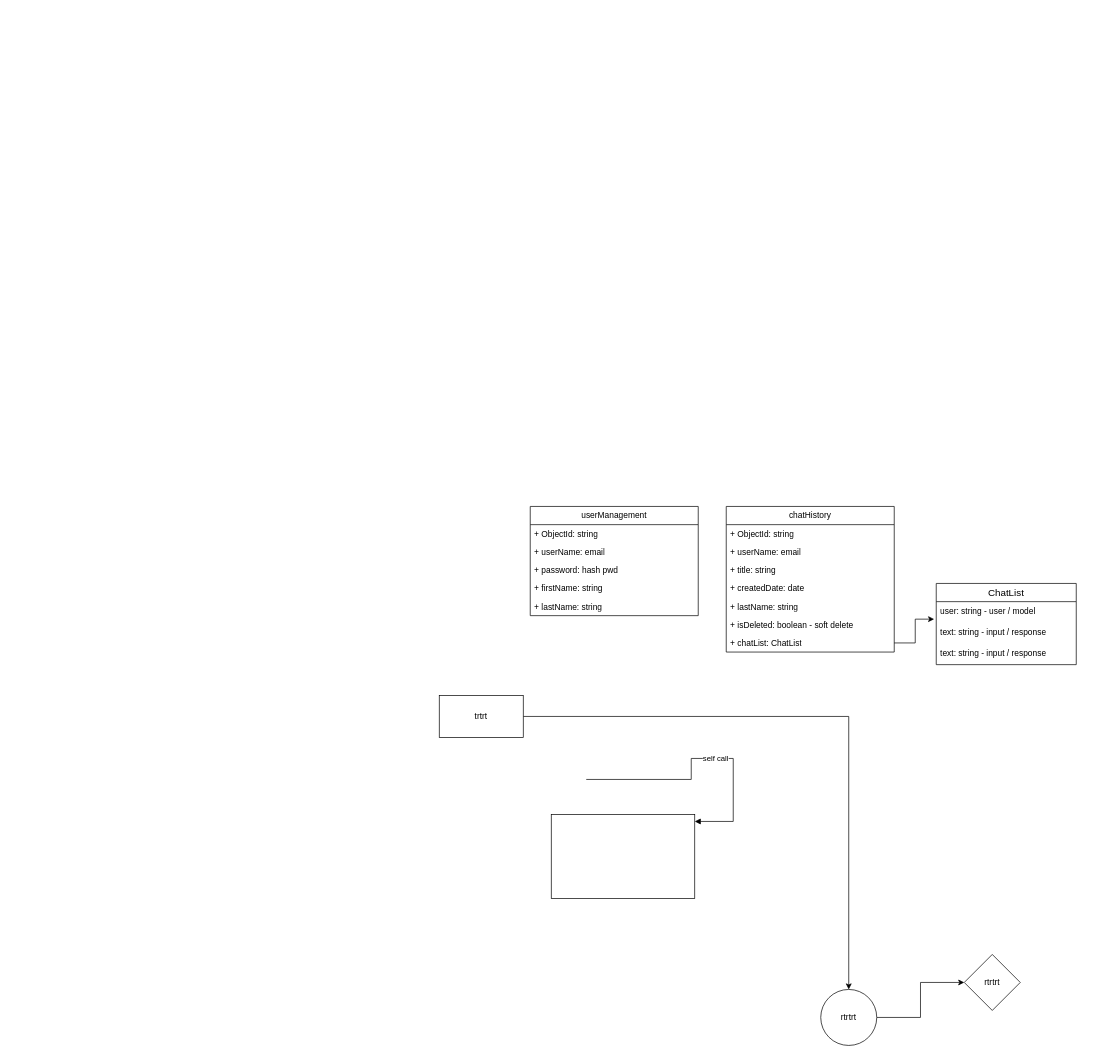
The draw.io diagram xbot.drawio in MaranRider/diagram, before the edit. Source tidied: cells renumbered, new cells numbered last; positions are measured from the earlier drawing's top-left corner, leaving out a move shared by most shapes. Both pictures are drawn from the tidied source at 70%, with x=0, y=0 at pixel (439, 506).
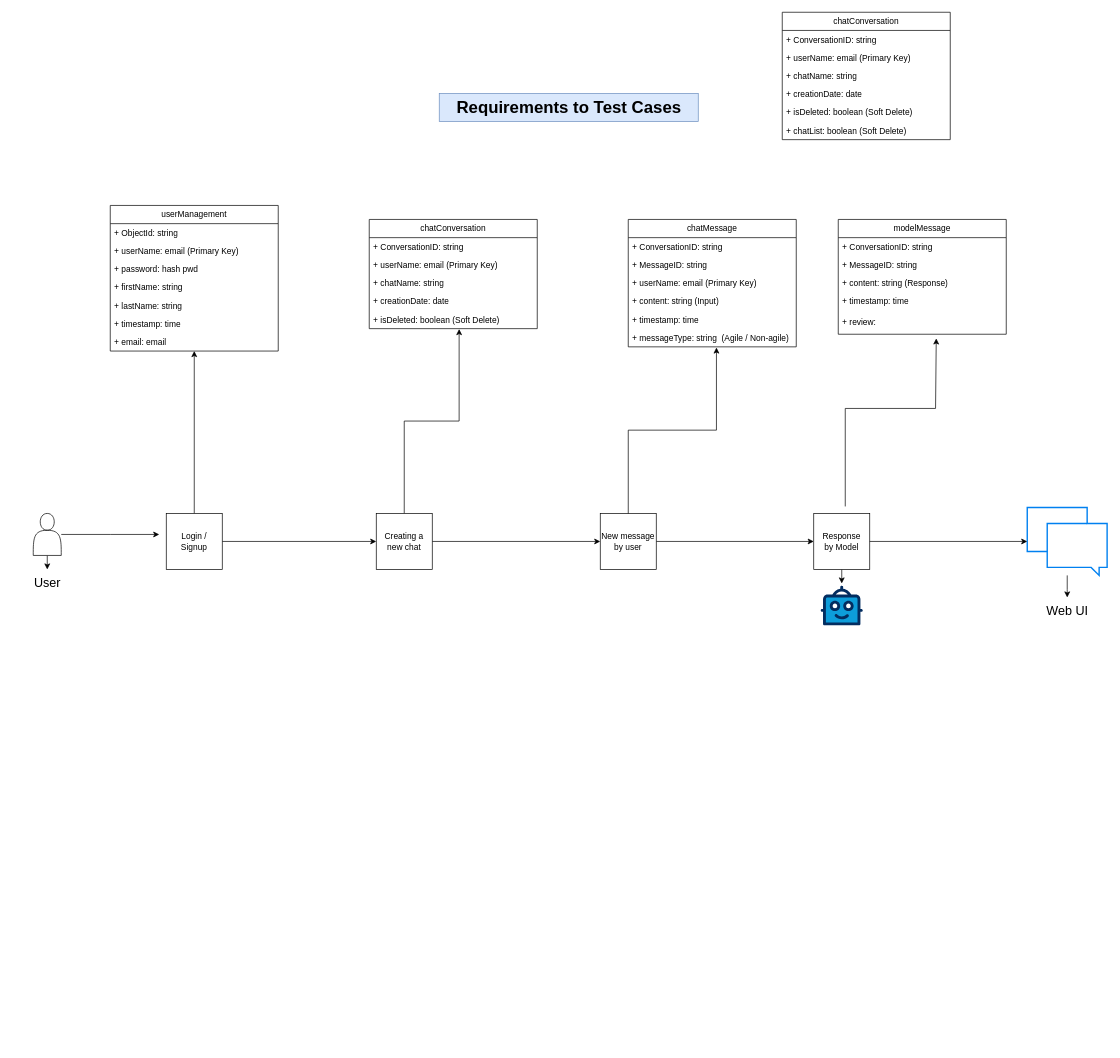
The same diagram, later.

What changed in the source:
```diff
@@
-    <mxCell id="2" style="edgeStyle=orthogonalEdgeStyle;rounded=0;jettySize=auto;html=1;" parent="1" edge="1" source="3" target="5">
-      <mxGeometry relative="1" as="geometry" />
-    </mxCell>
-    <mxCell id="3" value="trtrt" style="rounded=0;whiteSpace=wrap;html=1;" parent="1" vertex="1">
-      <mxGeometry y="270" width="120" height="60" as="geometry" />
-    </mxCell>
-    <mxCell id="4" style="edgeStyle=orthogonalEdgeStyle;rounded=0;jettySize=auto;html=1;" parent="1" edge="1" source="5" target="6">
-      <mxGeometry relative="1" as="geometry" />
-    </mxCell>
-    <mxCell id="5" value="rtrtrt" style="ellipse;whiteSpace=wrap;html=1;rounded=0;" parent="1" vertex="1">
-      <mxGeometry x="545" y="690" width="80" height="80" as="geometry" />
-    </mxCell>
-    <mxCell id="6" value="rtrtrt" style="rhombus;whiteSpace=wrap;html=1;rounded=0;" parent="1" vertex="1">
-      <mxGeometry x="750" y="640" width="80" height="80" as="geometry" />
-    </mxCell>
-    <mxCell id="7" style="html=1;points=[[0,0,0,0,5],[0,1,0,0,-5],[1,0,0,0,5],[1,1,0,0,-5]];perimeter=orthogonalPerimeter;outlineConnect=0;targetShapes=umlLifeline;portConstraint=eastwest;newEdgeStyle={&quot;curved&quot;:0,&quot;rounded&quot;:0};" parent="1" vertex="1">
-      <mxGeometry x="160" y="440" width="205" height="120" as="geometry" />
-    </mxCell>
-    <mxCell id="8" value="self call" style="html=1;align=left;spacingLeft=2;endArrow=block;rounded=0;edgeStyle=orthogonalEdgeStyle;curved=0;rounded=0;elbow=vertical;" parent="1" edge="1" target="7">
-      <mxGeometry relative="1" as="geometry">
-        <mxPoint x="210" y="390" as="sourcePoint" />
-        <Array as="points">
-          <mxPoint x="360" y="360" />
-          <mxPoint x="420" y="360" />
-          <mxPoint x="420" y="450" />
-        </Array>
-      </mxGeometry>
-    </mxCell>
-    <mxCell id="9" value="userManagement" style="swimlane;fontStyle=0;horizontal=1;startSize=26;fillColor=none;whiteSpace=wrap;html=1;" parent="1" vertex="1">
-      <mxGeometry x="130" width="240" height="156" as="geometry" />
+    <mxCell id="9" value="userManagement" style="swimlane;fontStyle=0;horizontal=1;startSize=26;fillColor=none;whiteSpace=wrap;html=1;swimlaneLine=1;" parent="1" vertex="1">
+      <mxGeometry x="-470" y="-430" width="240" height="208" as="geometry" />
     </mxCell>
-    <mxCell id="10" value="+ ObjectId: string" style="text;strokeColor=none;fillColor=none;align=left;verticalAlign=top;spacingLeft=4;spacingRight=4;overflow=hidden;whiteSpace=wrap;html=1;" parent="9" vertex="1">
+    <mxCell id="10" value="+ ObjectId: string" style="text;strokeColor=none;fillColor=none;align=left;verticalAlign=top;spacingLeft=4;spacingRight=4;overflow=hidden;whiteSpace=wrap;html=1;swimlaneLine=1;" parent="9" vertex="1">
       <mxGeometry y="26" width="240" height="26" as="geometry" />
     </mxCell>
-    <mxCell id="11" value="+ userName: email" style="text;strokeColor=none;fillColor=none;align=left;verticalAlign=top;spacingLeft=4;spacingRight=4;overflow=hidden;whiteSpace=wrap;html=1;" parent="9" vertex="1">
+    <mxCell id="11" value="+ userName: email&amp;nbsp;(Primary Key)" style="text;strokeColor=none;fillColor=none;align=left;verticalAlign=top;spacingLeft=4;spacingRight=4;overflow=hidden;whiteSpace=wrap;html=1;swimlaneLine=1;" parent="9" vertex="1">
       <mxGeometry y="52" width="240" height="26" as="geometry" />
     </mxCell>
-    <mxCell id="12" value="+ password: hash pwd" style="text;strokeColor=none;fillColor=none;align=left;verticalAlign=top;spacingLeft=4;spacingRight=4;overflow=hidden;whiteSpace=wrap;html=1;" parent="9" vertex="1">
+    <mxCell id="12" value="+ password: hash pwd" style="text;strokeColor=none;fillColor=none;align=left;verticalAlign=top;spacingLeft=4;spacingRight=4;overflow=hidden;whiteSpace=wrap;html=1;swimlaneLine=1;" parent="9" vertex="1">
       <mxGeometry y="78" width="240" height="26" as="geometry" />
     </mxCell>
-    <mxCell id="13" value="+ firstName: string" style="text;strokeColor=none;fillColor=none;align=left;verticalAlign=top;spacingLeft=4;spacingRight=4;overflow=hidden;whiteSpace=wrap;html=1;" parent="9" vertex="1">
+    <mxCell id="13" value="+ firstName: string" style="text;strokeColor=none;fillColor=none;align=left;verticalAlign=top;spacingLeft=4;spacingRight=4;overflow=hidden;whiteSpace=wrap;html=1;swimlaneLine=1;" parent="9" vertex="1">
       <mxGeometry y="104" width="240" height="26" as="geometry" />
     </mxCell>
-    <mxCell id="14" value="+ lastName: string" style="text;strokeColor=none;fillColor=none;align=left;verticalAlign=top;spacingLeft=4;spacingRight=4;overflow=hidden;whiteSpace=wrap;html=1;" parent="9" vertex="1">
+    <mxCell id="14" value="+ lastName: string" style="text;strokeColor=none;fillColor=none;align=left;verticalAlign=top;spacingLeft=4;spacingRight=4;overflow=hidden;whiteSpace=wrap;html=1;swimlaneLine=1;" parent="9" vertex="1">
       <mxGeometry y="130" width="240" height="26" as="geometry" />
     </mxCell>
+    <mxCell id="28" value="+ timestamp: time" style="text;strokeColor=none;fillColor=none;align=left;verticalAlign=top;spacingLeft=4;spacingRight=4;overflow=hidden;whiteSpace=wrap;html=1;swimlaneLine=1;" parent="9" vertex="1">
+      <mxGeometry y="156" width="240" height="26" as="geometry" />
+    </mxCell>
+    <mxCell id="29" value="+ email: email&amp;nbsp;" style="text;strokeColor=none;fillColor=none;align=left;verticalAlign=top;spacingLeft=4;spacingRight=4;overflow=hidden;whiteSpace=wrap;html=1;swimlaneLine=1;" parent="9" vertex="1">
+      <mxGeometry y="182" width="240" height="26" as="geometry" />
+    </mxCell>
-    <mxCell id="15" value="chatHistory" style="swimlane;fontStyle=0;horizontal=1;startSize=26;fillColor=none;whiteSpace=wrap;html=1;" parent="1" vertex="1">
-      <mxGeometry x="410" width="240" height="208" as="geometry" />
+    <mxCell id="15" value="chatConversation" style="swimlane;fontStyle=0;horizontal=1;startSize=26;fillColor=none;whiteSpace=wrap;html=1;swimlaneLine=1;" parent="1" vertex="1">
+      <mxGeometry x="-100" y="-410" width="240" height="156" as="geometry" />
     </mxCell>
-    <mxCell id="16" value="+ ObjectId: string" style="text;strokeColor=none;fillColor=none;align=left;verticalAlign=top;spacingLeft=4;spacingRight=4;overflow=hidden;whiteSpace=wrap;html=1;" parent="15" vertex="1">
+    <mxCell id="16" value="+&amp;nbsp;ConversationID: string" style="text;strokeColor=none;fillColor=none;align=left;verticalAlign=top;spacingLeft=4;spacingRight=4;overflow=hidden;whiteSpace=wrap;html=1;swimlaneLine=1;" parent="15" vertex="1">
       <mxGeometry y="26" width="240" height="26" as="geometry" />
     </mxCell>
-    <mxCell id="17" value="+ userName: email" style="text;strokeColor=none;fillColor=none;align=left;verticalAlign=top;spacingLeft=4;spacingRight=4;overflow=hidden;whiteSpace=wrap;html=1;" parent="15" vertex="1">
+    <mxCell id="17" value="+ userName: email&amp;nbsp;(Primary Key)" style="text;strokeColor=none;fillColor=none;align=left;verticalAlign=top;spacingLeft=4;spacingRight=4;overflow=hidden;whiteSpace=wrap;html=1;swimlaneLine=1;" parent="15" vertex="1">
       <mxGeometry y="52" width="240" height="26" as="geometry" />
     </mxCell>
-    <mxCell id="18" value="+ title: string" style="text;strokeColor=none;fillColor=none;align=left;verticalAlign=top;spacingLeft=4;spacingRight=4;overflow=hidden;whiteSpace=wrap;html=1;" parent="15" vertex="1">
+    <mxCell id="18" value="+ chatName: string" style="text;strokeColor=none;fillColor=none;align=left;verticalAlign=top;spacingLeft=4;spacingRight=4;overflow=hidden;whiteSpace=wrap;html=1;swimlaneLine=1;" parent="15" vertex="1">
       <mxGeometry y="78" width="240" height="26" as="geometry" />
     </mxCell>
-    <mxCell id="19" value="+ createdDate: date" style="text;strokeColor=none;fillColor=none;align=left;verticalAlign=top;spacingLeft=4;spacingRight=4;overflow=hidden;whiteSpace=wrap;html=1;" parent="15" vertex="1">
+    <mxCell id="19" value="+ creationDate: date" style="text;strokeColor=none;fillColor=none;align=left;verticalAlign=top;spacingLeft=4;spacingRight=4;overflow=hidden;whiteSpace=wrap;html=1;swimlaneLine=1;" parent="15" vertex="1">
       <mxGeometry y="104" width="240" height="26" as="geometry" />
     </mxCell>
-    <mxCell id="20" value="+ lastName: string" style="text;strokeColor=none;fillColor=none;align=left;verticalAlign=top;spacingLeft=4;spacingRight=4;overflow=hidden;whiteSpace=wrap;html=1;" parent="15" vertex="1">
-      <mxGeometry y="130" width="240" height="26" as="geometry" />
-    </mxCell>
-    <mxCell id="21" value="+ isDeleted: boolean - soft delete" style="text;strokeColor=none;fillColor=none;align=left;verticalAlign=top;spacingLeft=4;spacingRight=4;overflow=hidden;points=[[0,0.5],[1,0.5]];portConstraint=eastwest;whiteSpace=wrap;html=1;" parent="15" vertex="1">
-      <mxGeometry y="156" width="240" height="26" as="geometry" />
+    <mxCell id="21" value="+ isDeleted: boolean (Soft Delete)" style="text;strokeColor=none;fillColor=none;align=left;verticalAlign=top;spacingLeft=4;spacingRight=4;overflow=hidden;points=[[0,0.5],[1,0.5]];portConstraint=eastwest;whiteSpace=wrap;html=1;swimlaneLine=1;" parent="15" vertex="1">
+      <mxGeometry y="130" width="240" height="26" as="geometry" />
     </mxCell>
-    <mxCell id="22" value="+ chatList: ChatList" style="text;strokeColor=none;fillColor=none;align=left;verticalAlign=top;spacingLeft=4;spacingRight=4;overflow=hidden;points=[[0,0.5],[1,0.5]];portConstraint=eastwest;whiteSpace=wrap;html=1;" parent="15" vertex="1">
-      <mxGeometry y="182" width="240" height="26" as="geometry" />
-    </mxCell>
-    <mxCell id="23" value="ChatList" style="swimlane;fontStyle=0;horizontal=1;startSize=26;align=center;fontSize=14;" parent="1" vertex="1">
-      <mxGeometry x="710" y="110" width="200" height="116" as="geometry" />
-    </mxCell>
-    <mxCell id="24" value="user: string - user / model" style="text;strokeColor=none;fillColor=none;spacingLeft=4;spacingRight=4;overflow=hidden;fontSize=12;whiteSpace=wrap;html=1;" parent="23" vertex="1">
-      <mxGeometry y="26" width="200" height="30" as="geometry" />
-    </mxCell>
-    <mxCell id="25" value="text: string - input / response" style="text;strokeColor=none;fillColor=none;spacingLeft=4;spacingRight=4;overflow=hidden;points=[[0,0.5],[1,0.5]];portConstraint=eastwest;fontSize=12;whiteSpace=wrap;html=1;" parent="23" vertex="1">
-      <mxGeometry y="56" width="200" height="30" as="geometry" />
-    </mxCell>
-    <mxCell id="26" value="text: string - input / response" style="text;strokeColor=none;fillColor=none;spacingLeft=4;spacingRight=4;overflow=hidden;fontSize=12;whiteSpace=wrap;html=1;" parent="23" vertex="1">
-      <mxGeometry y="86" width="200" height="30" as="geometry" />
-    </mxCell>
-    <mxCell id="27" style="edgeStyle=orthogonalEdgeStyle;rounded=0;jettySize=auto;html=1;entryX=-0.015;entryY=-0.167;entryDx=0;entryDy=0;entryPerimeter=0;elbow=vertical;" parent="1" edge="1" source="22" target="25">
-      <mxGeometry relative="1" as="geometry" />
-    </mxCell>
+    <mxCell id="30" value="chatMessage" style="swimlane;fontStyle=0;horizontal=1;startSize=26;fillColor=none;whiteSpace=wrap;html=1;swimlaneLine=1;" parent="1" vertex="1">
+      <mxGeometry x="270" y="-410" width="240" height="182" as="geometry" />
+    </mxCell>
+    <mxCell id="31" value="+ ConversationID: string" style="text;strokeColor=none;fillColor=none;align=left;verticalAlign=top;spacingLeft=4;spacingRight=4;overflow=hidden;whiteSpace=wrap;html=1;swimlaneLine=1;" parent="30" vertex="1">
+      <mxGeometry y="26" width="240" height="26" as="geometry" />
+    </mxCell>
+    <mxCell id="32" value="+ MessageID: string" style="text;strokeColor=none;fillColor=none;align=left;verticalAlign=top;spacingLeft=4;spacingRight=4;overflow=hidden;whiteSpace=wrap;html=1;swimlaneLine=1;" parent="30" vertex="1">
+      <mxGeometry y="52" width="240" height="26" as="geometry" />
+    </mxCell>
+    <mxCell id="33" value="+ userName: email&amp;nbsp;(Primary Key)" style="text;strokeColor=none;fillColor=none;align=left;verticalAlign=top;spacingLeft=4;spacingRight=4;overflow=hidden;whiteSpace=wrap;html=1;swimlaneLine=1;" parent="30" vertex="1">
+      <mxGeometry y="78" width="240" height="26" as="geometry" />
+    </mxCell>
+    <mxCell id="34" value="+ content: string (Input)" style="text;strokeColor=none;fillColor=none;align=left;verticalAlign=top;spacingLeft=4;spacingRight=4;overflow=hidden;whiteSpace=wrap;html=1;swimlaneLine=1;" parent="30" vertex="1">
+      <mxGeometry y="104" width="240" height="26" as="geometry" />
+    </mxCell>
+    <mxCell id="35" value="+ timestamp: time" style="text;strokeColor=none;fillColor=none;align=left;verticalAlign=top;spacingLeft=4;spacingRight=4;overflow=hidden;whiteSpace=wrap;html=1;swimlaneLine=1;" parent="30" vertex="1">
+      <mxGeometry y="130" width="240" height="26" as="geometry" />
+    </mxCell>
+    <mxCell id="36" value="+ messageType: string&amp;nbsp; (Agile / Non-agile)" style="text;strokeColor=none;fillColor=none;align=left;verticalAlign=top;spacingLeft=4;spacingRight=4;overflow=hidden;points=[[0,0.5],[1,0.5]];portConstraint=eastwest;whiteSpace=wrap;html=1;swimlaneLine=1;" parent="30" vertex="1">
+      <mxGeometry y="156" width="240" height="26" as="geometry" />
+    </mxCell>
+    <mxCell id="37" value="modelMessage" style="swimlane;fontStyle=0;horizontal=1;startSize=26;fillColor=none;whiteSpace=wrap;html=1;swimlaneLine=1;" parent="1" vertex="1">
+      <mxGeometry x="570" y="-410" width="240" height="164" as="geometry" />
+    </mxCell>
+    <mxCell id="38" value="+ ConversationID: string" style="text;strokeColor=none;fillColor=none;align=left;verticalAlign=top;spacingLeft=4;spacingRight=4;overflow=hidden;whiteSpace=wrap;html=1;swimlaneLine=1;" parent="37" vertex="1">
+      <mxGeometry y="26" width="240" height="26" as="geometry" />
+    </mxCell>
+    <mxCell id="39" value="+ MessageID: string" style="text;strokeColor=none;fillColor=none;align=left;verticalAlign=top;spacingLeft=4;spacingRight=4;overflow=hidden;whiteSpace=wrap;html=1;swimlaneLine=1;" parent="37" vertex="1">
+      <mxGeometry y="52" width="240" height="26" as="geometry" />
+    </mxCell>
+    <mxCell id="40" value="+ content: string (Response)" style="text;strokeColor=none;fillColor=none;align=left;verticalAlign=top;spacingLeft=4;spacingRight=4;overflow=hidden;whiteSpace=wrap;html=1;swimlaneLine=1;" parent="37" vertex="1">
+      <mxGeometry y="78" width="240" height="26" as="geometry" />
+    </mxCell>
+    <mxCell id="41" value="+ timestamp: time" style="text;strokeColor=none;fillColor=none;align=left;verticalAlign=top;spacingLeft=4;spacingRight=4;overflow=hidden;whiteSpace=wrap;html=1;swimlaneLine=1;" parent="37" vertex="1">
+      <mxGeometry y="104" width="240" height="30" as="geometry" />
+    </mxCell>
+    <mxCell id="42" style="edgeStyle=orthogonalEdgeStyle;rounded=0;orthogonalLoop=1;jettySize=auto;html=1;elbow=vertical;swimlaneLine=1;" parent="37" edge="1">
+      <mxGeometry relative="1" as="geometry">
+        <mxPoint x="10" y="410" as="sourcePoint" />
+        <mxPoint x="140" y="170" as="targetPoint" />
+        <Array as="points">
+          <mxPoint x="10" y="270" />
+          <mxPoint x="139" y="270" />
+        </Array>
+      </mxGeometry>
+    </mxCell>
+    <mxCell id="43" value="+ review:&amp;nbsp;" style="text;strokeColor=none;fillColor=none;align=left;verticalAlign=top;spacingLeft=4;spacingRight=4;overflow=hidden;whiteSpace=wrap;html=1;swimlaneLine=1;" parent="37" vertex="1">
+      <mxGeometry y="134" width="240" height="30" as="geometry" />
+    </mxCell>
+    <mxCell id="44" style="edgeStyle=orthogonalEdgeStyle;rounded=0;jettySize=auto;html=1;elbow=vertical;swimlaneLine=1;" parent="1" edge="1" source="46">
+      <mxGeometry relative="1" as="geometry">
+        <mxPoint x="-560" y="90" as="targetPoint" />
+      </mxGeometry>
+    </mxCell>
+    <mxCell id="45" style="edgeStyle=orthogonalEdgeStyle;rounded=0;jettySize=auto;html=1;elbow=vertical;swimlaneLine=1;" parent="1" edge="1" source="46">
+      <mxGeometry relative="1" as="geometry">
+        <mxPoint x="-400" y="40" as="targetPoint" />
+      </mxGeometry>
+    </mxCell>
+    <mxCell id="46" style="shape=actor;whiteSpace=wrap;html=1;swimlaneLine=1;" parent="1" vertex="1">
+      <mxGeometry x="-580" y="10" width="40" height="60" as="geometry" />
+    </mxCell>
+    <mxCell id="47" value="User" style="text;strokeColor=none;fillColor=none;html=1;fontSize=18;fontStyle=0;verticalAlign=middle;align=center;swimlaneLine=1;" parent="1" vertex="1">
+      <mxGeometry x="-610" y="90" width="100" height="40" as="geometry" />
+    </mxCell>
+    <mxCell id="48" value="Requirements to Test Cases" style="text;strokeColor=#6c8ebf;fillColor=#dae8fc;html=1;fontSize=24;fontStyle=1;verticalAlign=middle;align=center;swimlaneLine=1;" parent="1" vertex="1">
+      <mxGeometry y="-590" width="370" height="40" as="geometry" />
+    </mxCell>
+    <mxCell id="49" style="edgeStyle=orthogonalEdgeStyle;rounded=0;jettySize=auto;html=1;elbow=vertical;swimlaneLine=1;" parent="1" edge="1" source="50" target="62">
+      <mxGeometry relative="1" as="geometry" />
+    </mxCell>
+    <mxCell id="50" style="html=1;verticalLabelPosition=bottom;align=center;labelBackgroundColor=#ffffff;verticalAlign=top;strokeWidth=2;strokeColor=#0080F0;shadow=0;dashed=0;shape=mxgraph.ios7.icons.messages;swimlaneLine=1;" parent="1" vertex="1">
+      <mxGeometry x="840" y="1.5" width="114.1" height="97" as="geometry" />
+    </mxCell>
+    <mxCell id="51" style="edgeStyle=orthogonalEdgeStyle;rounded=0;jettySize=auto;html=1;elbow=vertical;entryX=0.5;entryY=1;entryDx=0;entryDy=0;swimlaneLine=1;" parent="1" edge="1" source="53" target="9">
+      <mxGeometry relative="1" as="geometry" />
+    </mxCell>
+    <mxCell id="52" style="edgeStyle=orthogonalEdgeStyle;rounded=0;jettySize=auto;html=1;entryX=0;entryY=0.5;entryDx=0;entryDy=0;elbow=vertical;swimlaneLine=1;" parent="1" edge="1" source="53" target="56">
+      <mxGeometry relative="1" as="geometry" />
+    </mxCell>
+    <mxCell id="53" value="Login / &lt;br&gt;Signup" style="whiteSpace=wrap;html=1;swimlaneLine=1;" parent="1" vertex="1">
+      <mxGeometry x="-390" y="10" width="80" height="80" as="geometry" />
+    </mxCell>
+    <mxCell id="54" style="edgeStyle=orthogonalEdgeStyle;rounded=0;jettySize=auto;html=1;elbow=vertical;entryX=0.535;entryY=1.024;entryDx=0;entryDy=0;entryPerimeter=0;swimlaneLine=1;" parent="1" edge="1" source="56" target="21">
+      <mxGeometry relative="1" as="geometry" />
+    </mxCell>
+    <mxCell id="55" style="edgeStyle=orthogonalEdgeStyle;rounded=0;jettySize=auto;html=1;entryX=0;entryY=0.5;entryDx=0;entryDy=0;elbow=vertical;swimlaneLine=1;" parent="1" edge="1" source="56" target="58">
+      <mxGeometry relative="1" as="geometry" />
+    </mxCell>
+    <mxCell id="56" value="Creating a new chat" style="whiteSpace=wrap;html=1;swimlaneLine=1;" parent="1" vertex="1">
+      <mxGeometry x="-90" y="10" width="80" height="80" as="geometry" />
+    </mxCell>
+    <mxCell id="57" style="edgeStyle=orthogonalEdgeStyle;rounded=0;jettySize=auto;html=1;entryX=0;entryY=0.5;entryDx=0;entryDy=0;elbow=vertical;swimlaneLine=1;" parent="1" edge="1" source="58" target="61">
+      <mxGeometry relative="1" as="geometry" />
+    </mxCell>
+    <mxCell id="58" value="New message&lt;br&gt;by user" style="whiteSpace=wrap;html=1;swimlaneLine=1;" parent="1" vertex="1">
+      <mxGeometry x="230" y="10" width="80" height="80" as="geometry" />
+    </mxCell>
+    <mxCell id="59" style="edgeStyle=orthogonalEdgeStyle;rounded=0;jettySize=auto;html=1;entryX=0.525;entryY=1.038;entryDx=0;entryDy=0;entryPerimeter=0;elbow=vertical;swimlaneLine=1;" parent="1" edge="1" source="58" target="36">
+      <mxGeometry relative="1" as="geometry" />
+    </mxCell>
+    <mxCell id="60" style="edgeStyle=orthogonalEdgeStyle;rounded=0;hachureGap=4;jettySize=auto;html=1;fontFamily=Architects Daughter;fontSize=16;" parent="1" edge="1" source="61">
+      <mxGeometry relative="1" as="geometry">
+        <mxPoint x="575" y="110" as="targetPoint" />
+      </mxGeometry>
+    </mxCell>
+    <mxCell id="61" value="Response&lt;br&gt;by Model" style="whiteSpace=wrap;html=1;swimlaneLine=1;" parent="1" vertex="1">
+      <mxGeometry x="535" y="10" width="80" height="80" as="geometry" />
+    </mxCell>
+    <mxCell id="62" value="Web UI" style="text;strokeColor=none;fillColor=none;html=1;fontSize=18;fontStyle=0;verticalAlign=middle;align=center;swimlaneLine=1;" parent="1" vertex="1">
+      <mxGeometry x="847.1" y="130" width="100" height="40" as="geometry" />
+    </mxCell>
+    <mxCell id="63" style="edgeStyle=orthogonalEdgeStyle;rounded=0;jettySize=auto;html=1;entryX=0;entryY=0.5;entryDx=0;entryDy=0;entryPerimeter=0;elbow=vertical;swimlaneLine=1;" parent="1" edge="1" source="61" target="50">
+      <mxGeometry relative="1" as="geometry" />
+    </mxCell>
+    <mxCell id="64" style="verticalLabelPosition=bottom;html=1;shape=mxgraph.salesforce.bots;fillColor=#f5f5f5;strokeColor=#666666;fontColor=#333333;swimlaneLine=1;" parent="1" vertex="1">
+      <mxGeometry x="545" y="113" width="60" height="57" as="geometry" />
+    </mxCell>
+    <mxCell id="65" value="chatConversation" style="swimlane;fontStyle=0;horizontal=1;startSize=26;fillColor=none;whiteSpace=wrap;html=1;swimlaneLine=1;" parent="1" vertex="1">
+      <mxGeometry x="490" y="-706" width="240" height="182" as="geometry" />
+    </mxCell>
+    <mxCell id="66" value="+&amp;nbsp;ConversationID: string" style="text;strokeColor=none;fillColor=none;align=left;verticalAlign=top;spacingLeft=4;spacingRight=4;overflow=hidden;whiteSpace=wrap;html=1;swimlaneLine=1;" parent="65" vertex="1">
+      <mxGeometry y="26" width="240" height="26" as="geometry" />
+    </mxCell>
+    <mxCell id="67" value="+ userName: email&amp;nbsp;(Primary Key)" style="text;strokeColor=none;fillColor=none;align=left;verticalAlign=top;spacingLeft=4;spacingRight=4;overflow=hidden;whiteSpace=wrap;html=1;swimlaneLine=1;" parent="65" vertex="1">
+      <mxGeometry y="52" width="240" height="26" as="geometry" />
+    </mxCell>
+    <mxCell id="68" value="+ chatName: string" style="text;strokeColor=none;fillColor=none;align=left;verticalAlign=top;spacingLeft=4;spacingRight=4;overflow=hidden;whiteSpace=wrap;html=1;swimlaneLine=1;" parent="65" vertex="1">
+      <mxGeometry y="78" width="240" height="26" as="geometry" />
+    </mxCell>
+    <mxCell id="69" value="+ creationDate: date" style="text;strokeColor=none;fillColor=none;align=left;verticalAlign=top;spacingLeft=4;spacingRight=4;overflow=hidden;whiteSpace=wrap;html=1;swimlaneLine=1;" parent="65" vertex="1">
+      <mxGeometry y="104" width="240" height="26" as="geometry" />
+    </mxCell>
+    <mxCell id="70" value="+ isDeleted: boolean (Soft Delete)" style="text;strokeColor=none;fillColor=none;align=left;verticalAlign=top;spacingLeft=4;spacingRight=4;overflow=hidden;whiteSpace=wrap;html=1;swimlaneLine=1;" parent="65" vertex="1">
+      <mxGeometry y="130" width="240" height="26" as="geometry" />
+    </mxCell>
+    <mxCell id="71" value="+ chatList: boolean (Soft Delete)" style="text;strokeColor=none;fillColor=none;align=left;verticalAlign=top;spacingLeft=4;spacingRight=4;overflow=hidden;whiteSpace=wrap;html=1;swimlaneLine=1;" parent="65" vertex="1">
+      <mxGeometry y="156" width="240" height="26" as="geometry" />
+    </mxCell>
```
